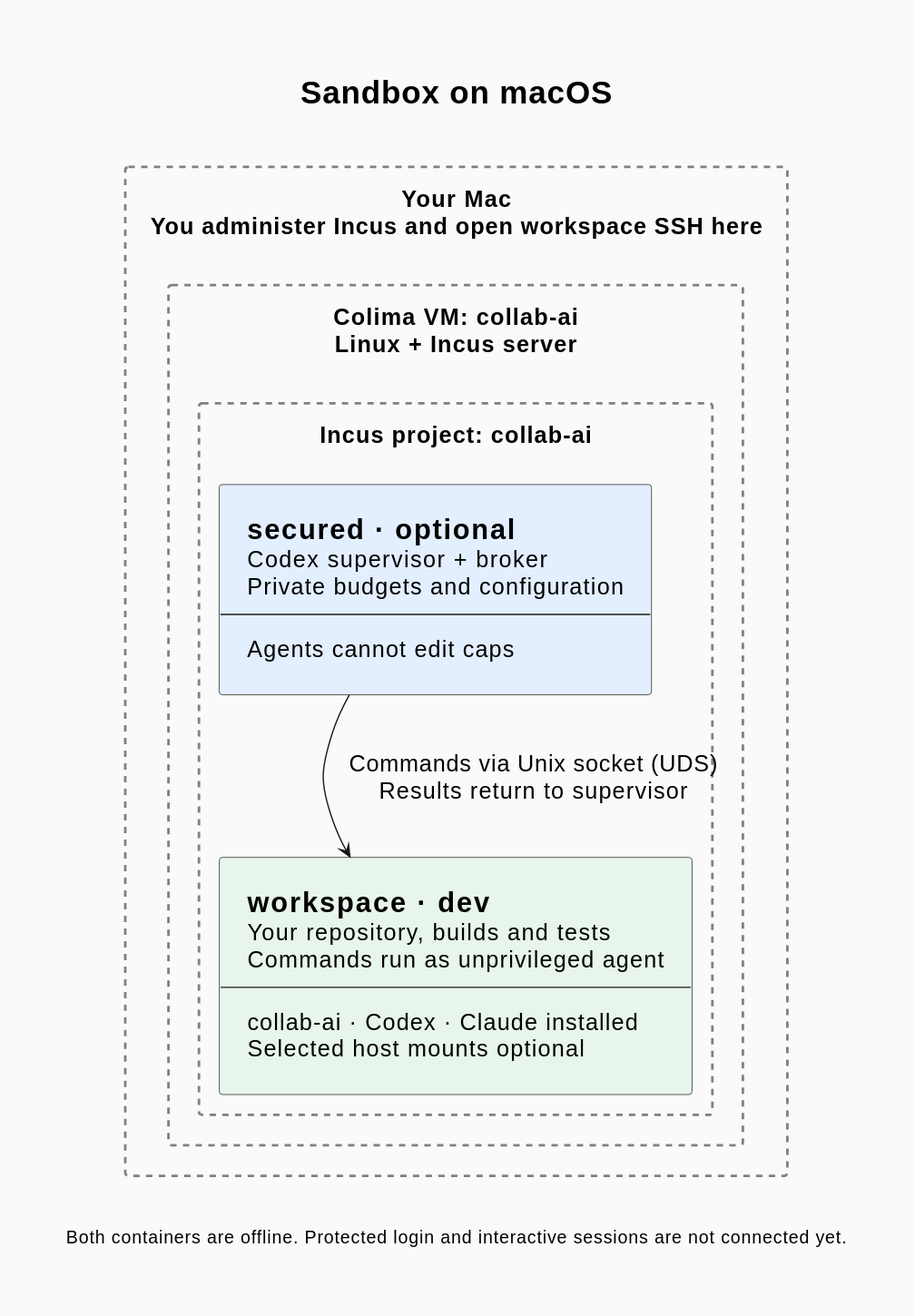
makarski/collab-ai keeps this PlantUML diagram as docs/assets/sandbox-macos.svg. Above is the earlier version. Its source is kept beside it as docs/assets/sandbox-macos.puml.
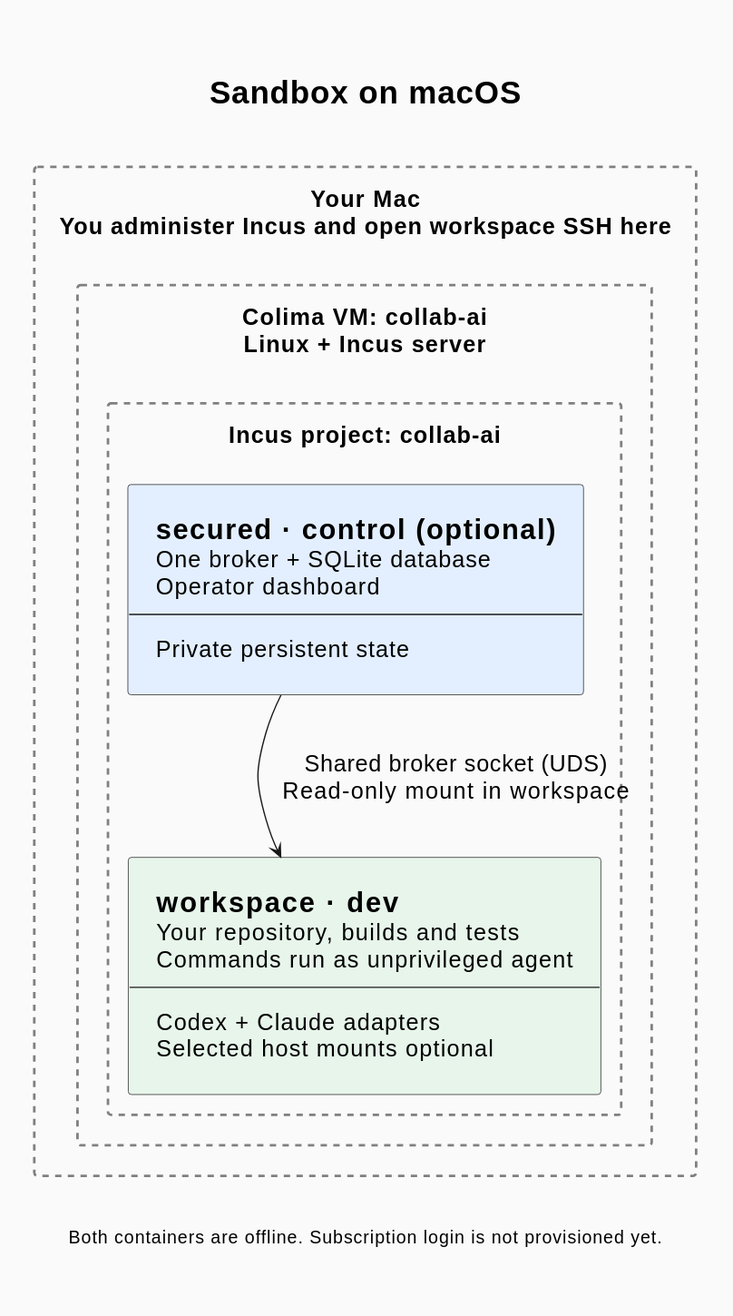
The same file after the commit.

What changed in the source:
```diff
@@ -36,25 +36,25 @@
     rectangle "Colima VM: collab-ai\nLinux + Incus server" as VM {
 rectangle "Incus project: collab-ai" as Project {
     component Secured <<Secured>> [
-        =secured · optional
-        Codex supervisor + broker
-        Private budgets and configuration
+        =secured · control (optional)
+        One broker + SQLite database
+        Operator dashboard
         --
-        Agents cannot edit caps
+        Private persistent state
     ]
     component Workspace <<Workspace>> [
         =workspace · dev
         Your repository, builds and tests
         Commands run as unprivileged agent
         --
-        collab-ai · Codex · Claude installed
+        Codex + Claude adapters
         Selected host mounts optional
     ]
 }
     }
-Secured -down-> Workspace : Commands via Unix socket (UDS)\nResults return to supervisor
+Secured -down-> Workspace : Shared broker socket (UDS)\nRead-only mount in workspace
 }
 
-caption Both containers are offline. Protected login and interactive sessions are not connected yet.
+caption Both containers are offline. Subscription login is not provisioned yet.
 
 @enduml
```
